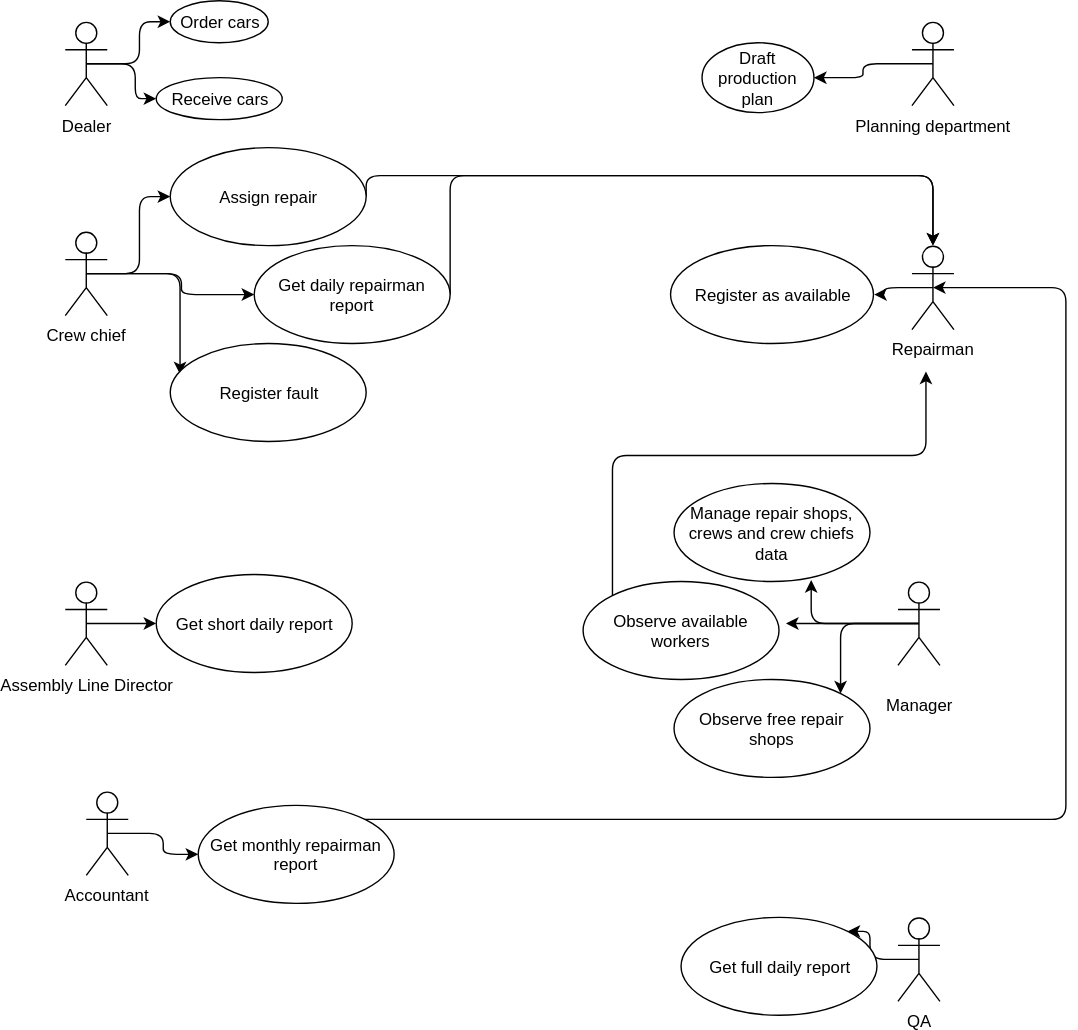
The draw.io diagram hw3/Use-case diagram.svg in faucct/csc-architecture-cli, before a commit. Source tidied: cells renumbered, new cells last; positions are measured from the earlier drawing's top-left corner, leaving out a move shared by most shapes.
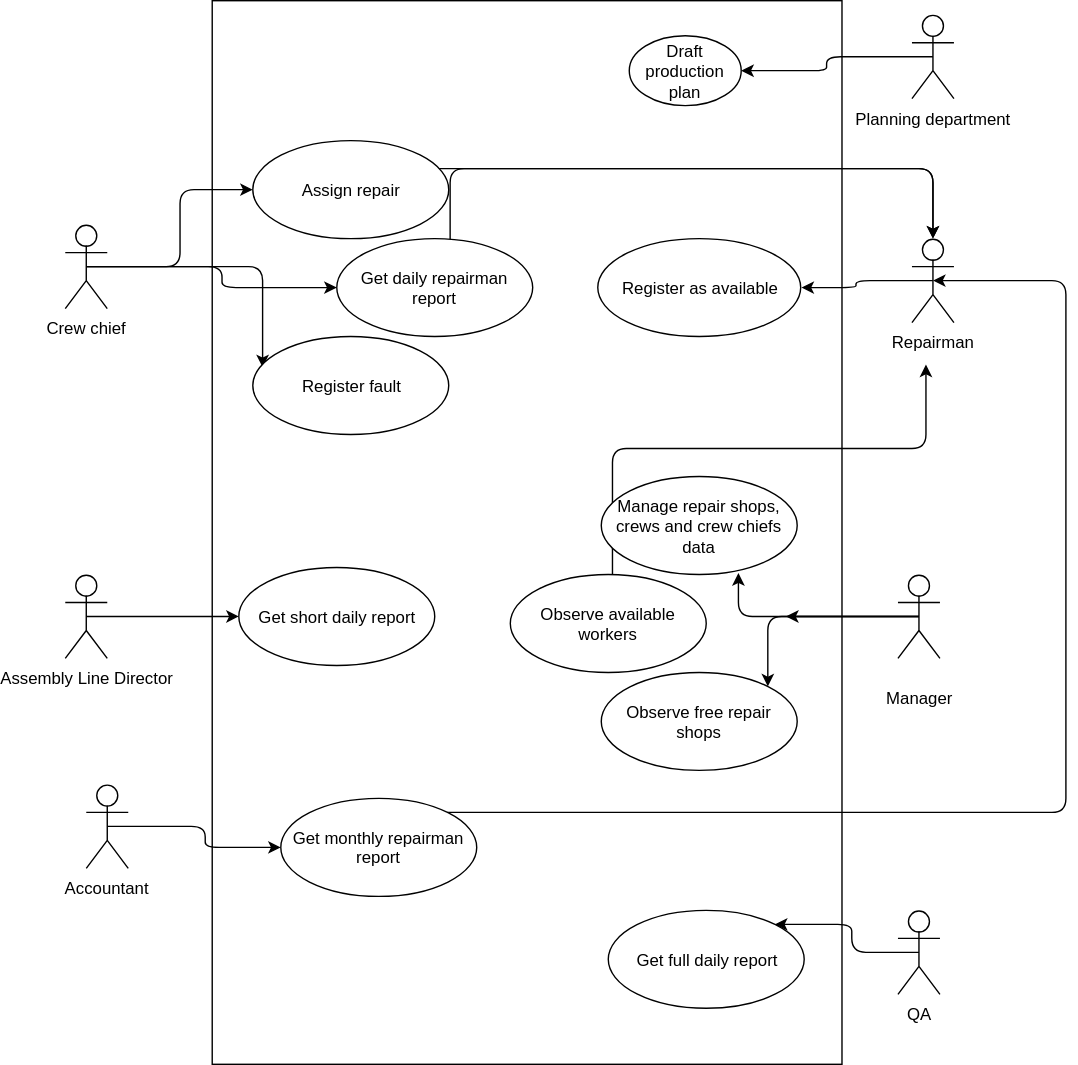
The same diagram one commit later.

Diff of the diagram source:
```diff
@@ -2,21 +2,9 @@
   <root>
     <mxCell id="0" />
     <mxCell id="1" parent="0" />
-    <mxCell id="2" style="edgeStyle=orthogonalEdgeStyle;rounded=1;jettySize=auto;html=1;exitX=0.5;exitY=0.5;exitDx=0;exitDy=0;exitPerimeter=0;" parent="1" edge="1" source="4" target="5">
-      <mxGeometry relative="1" as="geometry" />
-    </mxCell>
-    <mxCell id="3" style="edgeStyle=orthogonalEdgeStyle;rounded=1;jettySize=auto;html=1;exitX=0.5;exitY=0.5;exitDx=0;exitDy=0;exitPerimeter=0;entryX=0;entryY=0.5;entryDx=0;entryDy=0;" parent="1" edge="1" source="4" target="6">
-      <mxGeometry relative="1" as="geometry" />
-    </mxCell>
-    <mxCell id="4" value="Dealer" style="shape=umlActor;verticalLabelPosition=bottom;labelBackgroundColor=#ffffff;verticalAlign=top;html=1;" parent="1" vertex="1">
-      <mxGeometry y="15" width="30" height="60" as="geometry" />
-    </mxCell>
-    <mxCell id="5" value="Order cars" style="ellipse;whiteSpace=wrap;html=1;" parent="1" vertex="1">
-      <mxGeometry x="75" width="70" height="30" as="geometry" />
-    </mxCell>
-    <mxCell id="6" value="Receive cars" style="ellipse;whiteSpace=wrap;html=1;" parent="1" vertex="1">
-      <mxGeometry x="65" y="55" width="90" height="30" as="geometry" />
-    </mxCell>
+    <mxCell id="41" style="rounded=0;whiteSpace=wrap;html=1;" parent="1" vertex="1">
+      <mxGeometry x="105" y="5" width="450" height="760" as="geometry" />
+    </mxCell>
     <mxCell id="7" style="edgeStyle=orthogonalEdgeStyle;rounded=1;jettySize=auto;html=1;exitX=0.5;exitY=0.5;exitDx=0;exitDy=0;exitPerimeter=0;entryX=1;entryY=0.5;entryDx=0;entryDy=0;" parent="1" edge="1" source="8" target="9">
       <mxGeometry relative="1" as="geometry" />
     </mxCell>
@@ -24,7 +12,7 @@
       <mxGeometry x="605" y="15" width="30" height="60" as="geometry" />
     </mxCell>
     <mxCell id="9" value="Draft production plan" style="ellipse;whiteSpace=wrap;html=1;" parent="1" vertex="1">
-      <mxGeometry x="455" y="30" width="80" height="50" as="geometry" />
+      <mxGeometry x="403" y="30" width="80" height="50" as="geometry" />
     </mxCell>
     <mxCell id="10" style="edgeStyle=orthogonalEdgeStyle;rounded=1;jettySize=auto;html=1;exitX=0.5;exitY=0.5;exitDx=0;exitDy=0;exitPerimeter=0;entryX=0.05;entryY=0.314;entryDx=0;entryDy=0;entryPerimeter=0;" parent="1" edge="1" source="13" target="25">
       <mxGeometry relative="1" as="geometry" />
@@ -76,16 +64,16 @@
       </mxGeometry>
     </mxCell>
     <mxCell id="24" value="Assign repair" style="ellipse;whiteSpace=wrap;html=1;" parent="1" vertex="1">
-      <mxGeometry x="75" y="105" width="140" height="70" as="geometry" />
+      <mxGeometry x="134" y="105" width="140" height="70" as="geometry" />
     </mxCell>
     <mxCell id="25" value="Register fault" style="ellipse;whiteSpace=wrap;html=1;" parent="1" vertex="1">
-      <mxGeometry x="75" y="245" width="140" height="70" as="geometry" />
+      <mxGeometry x="134" y="245" width="140" height="70" as="geometry" />
     </mxCell>
     <mxCell id="26" value="Register as available" style="ellipse;whiteSpace=wrap;html=1;" parent="1" vertex="1">
-      <mxGeometry x="432.5" y="175" width="145" height="70" as="geometry" />
+      <mxGeometry x="380.5" y="175" width="145" height="70" as="geometry" />
     </mxCell>
     <mxCell id="27" value="Observe free repair shops" style="ellipse;whiteSpace=wrap;html=1;" parent="1" vertex="1">
-      <mxGeometry x="435" y="485" width="140" height="70" as="geometry" />
+      <mxGeometry x="383" y="485" width="140" height="70" as="geometry" />
     </mxCell>
     <mxCell id="28" style="edgeStyle=orthogonalEdgeStyle;rounded=1;jettySize=auto;html=1;exitX=0;exitY=0;exitDx=0;exitDy=0;" parent="1" edge="1" source="29">
       <mxGeometry relative="1" as="geometry">
@@ -97,13 +85,13 @@
       </mxGeometry>
     </mxCell>
     <mxCell id="29" value="Observe available workers" style="ellipse;whiteSpace=wrap;html=1;" parent="1" vertex="1">
-      <mxGeometry x="370" y="415" width="140" height="70" as="geometry" />
+      <mxGeometry x="318" y="415" width="140" height="70" as="geometry" />
     </mxCell>
     <mxCell id="30" value="Get full daily report" style="ellipse;whiteSpace=wrap;html=1;" parent="1" vertex="1">
-      <mxGeometry x="440" y="655" width="140" height="70" as="geometry" />
+      <mxGeometry x="388" y="655" width="140" height="70" as="geometry" />
     </mxCell>
     <mxCell id="31" value="Get short daily report" style="ellipse;whiteSpace=wrap;html=1;" parent="1" vertex="1">
-      <mxGeometry x="65" y="410" width="140" height="70" as="geometry" />
+      <mxGeometry x="124" y="410" width="140" height="70" as="geometry" />
     </mxCell>
     <mxCell id="32" style="edgeStyle=orthogonalEdgeStyle;rounded=1;jettySize=auto;html=1;exitX=1;exitY=0.5;exitDx=0;exitDy=0;entryX=0.5;entryY=0;entryDx=0;entryDy=0;entryPerimeter=0;" parent="1" edge="1" source="33" target="18">
       <mxGeometry relative="1" as="geometry">
@@ -114,7 +102,7 @@
       </mxGeometry>
     </mxCell>
     <mxCell id="33" value="Get daily repairman report" style="ellipse;whiteSpace=wrap;html=1;" parent="1" vertex="1">
-      <mxGeometry x="135" y="175" width="140" height="70" as="geometry" />
+      <mxGeometry x="194" y="175" width="140" height="70" as="geometry" />
     </mxCell>
     <mxCell id="34" style="edgeStyle=orthogonalEdgeStyle;rounded=1;jettySize=auto;html=1;exitX=1;exitY=0;exitDx=0;exitDy=0;entryX=0.5;entryY=0.5;entryDx=0;entryDy=0;entryPerimeter=0;" parent="1" edge="1" source="35" target="18">
       <mxGeometry relative="1" as="geometry">
@@ -125,7 +113,7 @@
       </mxGeometry>
     </mxCell>
     <mxCell id="35" value="Get monthly repairman report" style="ellipse;whiteSpace=wrap;html=1;" parent="1" vertex="1">
-      <mxGeometry x="95" y="575" width="140" height="70" as="geometry" />
+      <mxGeometry x="154" y="575" width="140" height="70" as="geometry" />
     </mxCell>
     <mxCell id="36" style="edgeStyle=orthogonalEdgeStyle;rounded=1;jettySize=auto;html=1;exitX=0.5;exitY=0.5;exitDx=0;exitDy=0;exitPerimeter=0;" parent="1" edge="1" source="39">
       <mxGeometry relative="1" as="geometry">
@@ -142,7 +130,7 @@
       <mxGeometry x="595" y="415" width="30" height="60" as="geometry" />
     </mxCell>
     <mxCell id="40" value="Manage repair shops, crews and crew chiefs data" style="ellipse;whiteSpace=wrap;html=1;" parent="1" vertex="1">
-      <mxGeometry x="435" y="345" width="140" height="70" as="geometry" />
+      <mxGeometry x="383" y="345" width="140" height="70" as="geometry" />
     </mxCell>
   </root>
 </mxGraphModel>
```
